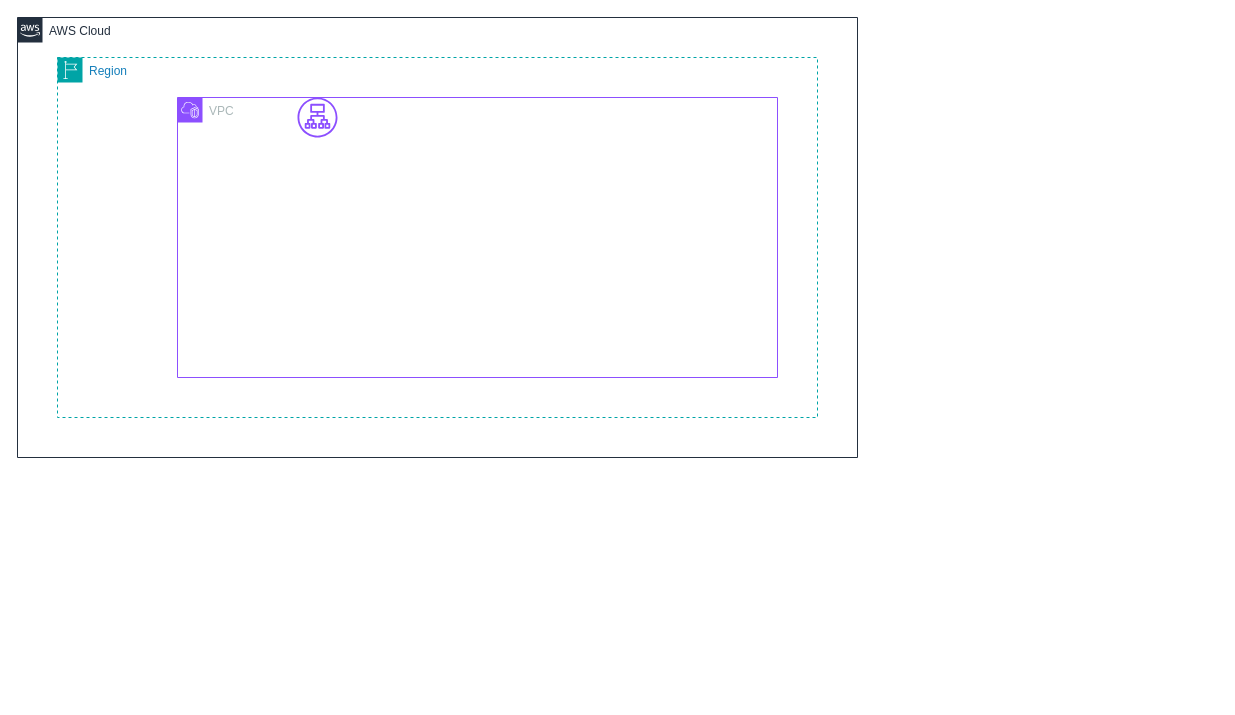
Before: Intrusion-Detection-System-Architecture.drawio in VSI12/Intrusion-Detection-System, a draw.io diagram. Source tidied: cells renumbered, new cells numbered last; positions are measured from the earlier drawing's top-left corner, leaving out a move shared by most shapes. Both pictures are drawn from the tidied source at 100%, with x=0, y=0 at pixel (17, 17).
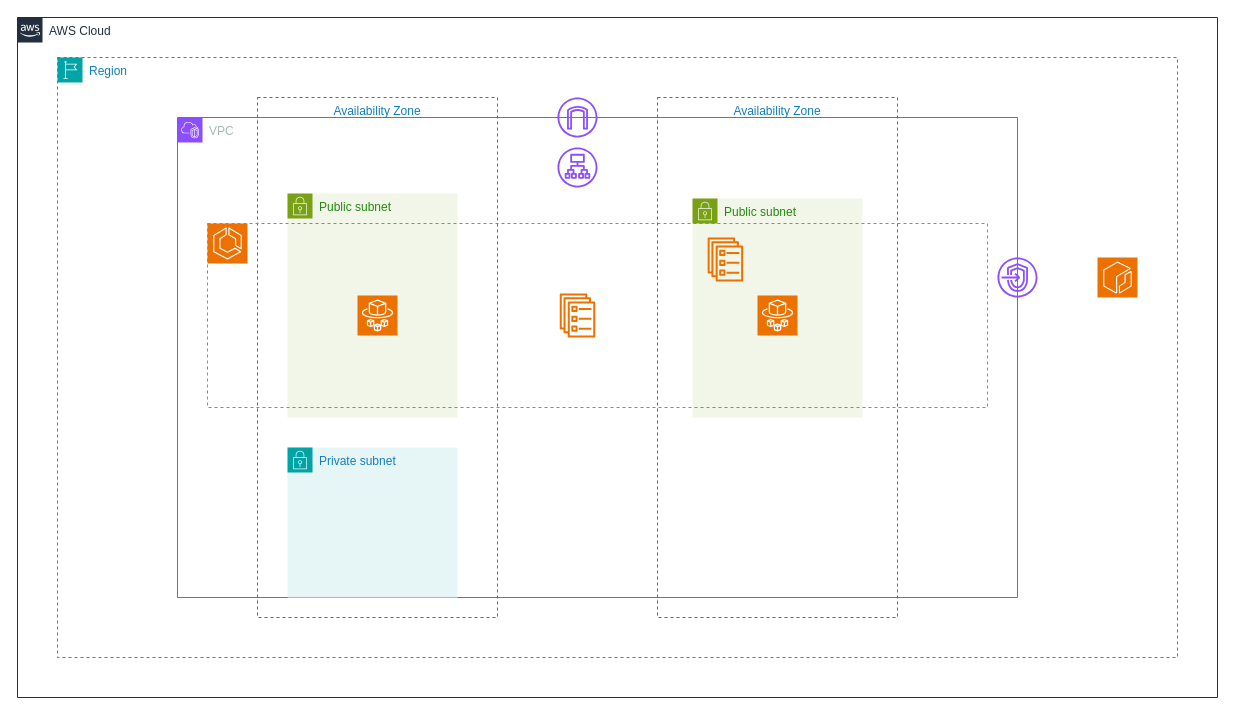
The same page after the edit.

What changed in the source:
```diff
@@
 <mxGraphModel>
   <root>
     <mxCell id="0" />
     <mxCell id="1" parent="0" />
     <mxCell id="2" value="AWS Cloud" style="gradientColor=none;html=1;whiteSpace=wrap;fontSize=12;fontStyle=0;shape=mxgraph.aws4.group;grIcon=mxgraph.aws4.group_aws_cloud_alt;strokeColor=#232F3E;fillColor=none;verticalAlign=top;align=left;spacingLeft=30;fontColor=#232F3E;dashed=0;" parent="1" vertex="1">
-      <mxGeometry width="840" height="440" as="geometry" />
+      <mxGeometry width="1200" height="680" as="geometry" />
     </mxCell>
     <mxCell id="3" value="Region" style="gradientColor=none;html=1;whiteSpace=wrap;fontSize=12;fontStyle=0;shape=mxgraph.aws4.group;grIcon=mxgraph.aws4.group_region;strokeColor=#00A4A6;fillColor=none;verticalAlign=top;align=left;spacingLeft=30;fontColor=#147EBA;dashed=1;" parent="2" vertex="1">
-      <mxGeometry x="40" y="40" width="760" height="360" as="geometry" />
+      <mxGeometry x="40" y="40" width="1120" height="600" as="geometry" />
     </mxCell>
+    <mxCell id="5" value="VPC" style="gradientColor=none;html=1;whiteSpace=wrap;fontSize=12;fontStyle=0;shape=mxgraph.aws4.group;grIcon=mxgraph.aws4.group_vpc2;strokeColor=#8C4FFF;fillColor=none;verticalAlign=top;align=left;spacingLeft=30;fontColor=#AAB7B8;dashed=0;" parent="3" vertex="1">
+      <mxGeometry x="120" y="60" width="840" height="480" as="geometry" />
+    </mxCell>
-    <mxCell id="4" style="sketch=0;fontColor=#232F3E;gradientColor=none;fillColor=#8C4FFF;strokeColor=none;dashed=0;verticalLabelPosition=bottom;verticalAlign=top;align=center;html=1;fontSize=12;fontStyle=0;shape=mxgraph.aws4.application_load_balancer;" parent="3" vertex="1">
-      <mxGeometry x="240" y="40" width="40" height="40" as="geometry" />
+    <mxCell id="4" style="sketch=0;fontColor=#232F3E;gradientColor=none;fillColor=#8C4FFF;strokeColor=none;dashed=0;verticalLabelPosition=bottom;verticalAlign=top;align=center;html=1;fontSize=12;fontStyle=0;shape=mxgraph.aws4.application_load_balancer;" parent="5" vertex="1">
+      <mxGeometry x="380" y="30" width="40" height="40" as="geometry" />
     </mxCell>
-    <mxCell id="5" value="VPC" style="gradientColor=none;html=1;whiteSpace=wrap;fontSize=12;fontStyle=0;shape=mxgraph.aws4.group;grIcon=mxgraph.aws4.group_vpc2;strokeColor=#8C4FFF;fillColor=none;verticalAlign=top;align=left;spacingLeft=30;fontColor=#AAB7B8;dashed=0;" parent="1" vertex="1">
-      <mxGeometry x="160" y="80" width="600" height="280" as="geometry" />
-    </mxCell>
+    <mxCell id="6" value="Availability Zone" style="fillColor=none;strokeColor=#147EBA;dashed=1;verticalAlign=top;fontStyle=0;fontColor=#147EBA;whiteSpace=wrap;html=1;" parent="5" vertex="1">
+      <mxGeometry x="480" y="-20" width="240" height="520" as="geometry" />
+    </mxCell>
+    <mxCell id="7" value="Availability Zone" style="fillColor=none;strokeColor=#147EBA;dashed=1;verticalAlign=top;fontStyle=0;fontColor=#147EBA;whiteSpace=wrap;html=1;" parent="5" vertex="1">
+      <mxGeometry x="80" y="-20" width="240" height="520" as="geometry" />
+    </mxCell>
+    <mxCell id="8" value="Public subnet" style="gradientColor=none;html=1;whiteSpace=wrap;fontSize=12;fontStyle=0;shape=mxgraph.aws4.group;grIcon=mxgraph.aws4.group_security_group;grStroke=0;strokeColor=#7AA116;fillColor=#F2F6E8;verticalAlign=top;align=left;spacingLeft=30;fontColor=#248814;dashed=0;" parent="5" vertex="1">
+      <mxGeometry x="110" y="76" width="170" height="224" as="geometry" />
+    </mxCell>
+    <mxCell id="9" value="Public subnet" style="gradientColor=none;html=1;whiteSpace=wrap;fontSize=12;fontStyle=0;shape=mxgraph.aws4.group;grIcon=mxgraph.aws4.group_security_group;grStroke=0;strokeColor=#7AA116;fillColor=#F2F6E8;verticalAlign=top;align=left;spacingLeft=30;fontColor=#248814;dashed=0;" parent="5" vertex="1">
+      <mxGeometry x="515" y="81" width="170" height="219" as="geometry" />
+    </mxCell>
+    <mxCell id="10" style="fillColor=none;strokeColor=light-dark(#ed7100, #8494aa);dashed=1;verticalAlign=top;fontStyle=0;fontColor=#5A6C86;whiteSpace=wrap;html=1;" parent="5" vertex="1">
+      <mxGeometry x="30" y="106" width="780" height="184" as="geometry" />
+    </mxCell>
+    <mxCell id="11" style="sketch=0;fontColor=#232F3E;fillColor=#ED7100;strokeColor=#ffffff;dashed=0;verticalLabelPosition=bottom;verticalAlign=top;align=center;html=1;fontSize=12;fontStyle=0;shape=mxgraph.aws4.resourceIcon;resIcon=mxgraph.aws4.ecs;" parent="5" vertex="1">
+      <mxGeometry x="30" y="106" width="40" height="40" as="geometry" />
+    </mxCell>
+    <mxCell id="12" style="sketch=0;fontColor=#232F3E;fillColor=#ED7100;strokeColor=#ffffff;dashed=0;verticalLabelPosition=bottom;verticalAlign=top;align=center;html=1;fontSize=12;fontStyle=0;shape=mxgraph.aws4.resourceIcon;resIcon=mxgraph.aws4.fargate;" parent="5" vertex="1">
+      <mxGeometry x="180" y="178" width="40" height="40" as="geometry" />
+    </mxCell>
+    <mxCell id="13" value="Private subnet" style="gradientColor=none;html=1;whiteSpace=wrap;fontSize=12;fontStyle=0;shape=mxgraph.aws4.group;grIcon=mxgraph.aws4.group_security_group;grStroke=0;strokeColor=#00A4A6;fillColor=#E6F6F7;verticalAlign=top;align=left;spacingLeft=30;fontColor=#147EBA;dashed=0;" parent="5" vertex="1">
+      <mxGeometry x="110" y="330" width="170" height="150" as="geometry" />
+    </mxCell>
+    <mxCell id="14" style="sketch=0;fontColor=#232F3E;gradientColor=none;fillColor=#ED7100;strokeColor=none;dashed=0;verticalLabelPosition=bottom;verticalAlign=top;align=center;html=1;fontSize=12;fontStyle=0;shape=mxgraph.aws4.ecs_service;" parent="5" vertex="1">
+      <mxGeometry x="382.1" y="176" width="35.8" height="44" as="geometry" />
+    </mxCell>
+    <mxCell id="15" style="sketch=0;fontColor=#232F3E;fillColor=#ED7100;strokeColor=#ffffff;dashed=0;verticalLabelPosition=bottom;verticalAlign=top;align=center;html=1;fontSize=12;fontStyle=0;shape=mxgraph.aws4.resourceIcon;resIcon=mxgraph.aws4.fargate;" parent="5" vertex="1">
+      <mxGeometry x="580" y="178" width="40" height="40" as="geometry" />
+    </mxCell>
+    <mxCell id="16" style="sketch=0;fontColor=#232F3E;gradientColor=none;fillColor=#ED7100;strokeColor=none;dashed=0;verticalLabelPosition=bottom;verticalAlign=top;align=center;html=1;fontSize=12;fontStyle=0;shape=mxgraph.aws4.ecs_service;" parent="5" vertex="1">
+      <mxGeometry x="530" y="120" width="35.8" height="44" as="geometry" />
+    </mxCell>
+    <mxCell id="17" style="sketch=0;fontColor=#232F3E;gradientColor=none;fillColor=#8C4FFF;strokeColor=none;dashed=0;verticalLabelPosition=bottom;verticalAlign=top;align=center;html=1;fontSize=12;fontStyle=0;shape=mxgraph.aws4.internet_gateway;" parent="3" vertex="1">
+      <mxGeometry x="500" y="40" width="40" height="40" as="geometry" />
+    </mxCell>
+    <mxCell id="18" style="sketch=0;fontColor=#232F3E;gradientColor=none;fillColor=#8C4FFF;strokeColor=none;dashed=0;verticalLabelPosition=bottom;verticalAlign=top;align=center;html=1;fontSize=12;fontStyle=0;shape=mxgraph.aws4.endpoints;" parent="3" vertex="1">
+      <mxGeometry x="940" y="200" width="40" height="40" as="geometry" />
+    </mxCell>
+    <mxCell id="19" style="sketch=0;fontColor=#232F3E;fillColor=#ED7100;strokeColor=#ffffff;dashed=0;verticalLabelPosition=bottom;verticalAlign=top;align=center;html=1;fontSize=12;fontStyle=0;shape=mxgraph.aws4.resourceIcon;resIcon=mxgraph.aws4.ecr;" parent="3" vertex="1">
+      <mxGeometry x="1040" y="200" width="40" height="40" as="geometry" />
+    </mxCell>
   </root>
 </mxGraphModel>
```
